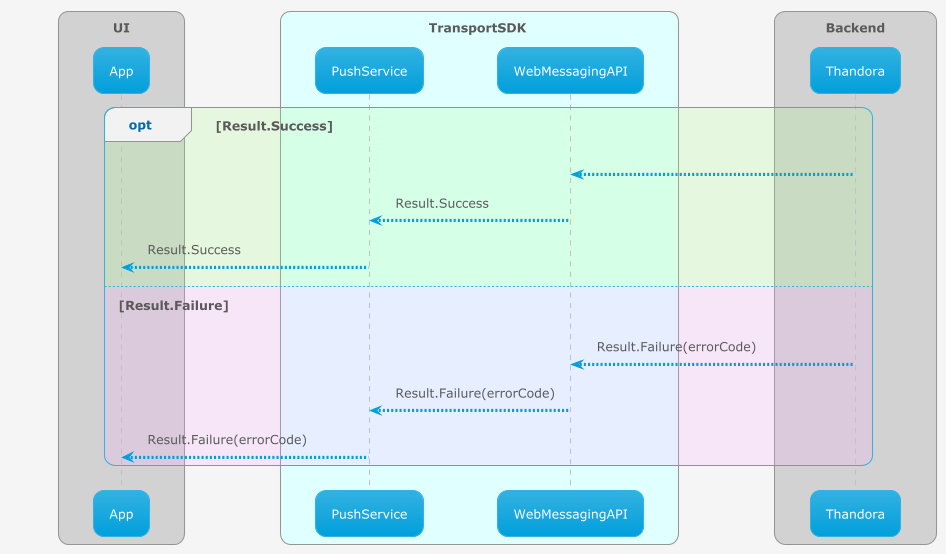
Earlier version of the PlantUML export transport/uml/push/thandora_request-response.png (MyPureCloud/genesys-messenger-transport-mobile-sdk). Its diagram source:
```plantuml
@startuml

!theme bluegray
!pragma teoz true

skinparam backgroundColor #whitesmoke

box UI
participant App
end box
box TransportSDK #lightcyan
participant PushService
participant WebMessagingAPI
end box
box Backend
participant Thandora
end box
	    opt #aaff8833 Result.Success
	    Thandora --> WebMessagingAPI
	    WebMessagingAPI --> PushService: Result.Success
	    PushService --> App : Result.Success
	    else #ffaaff33 Result.Failure
	    Thandora --> WebMessagingAPI: Result.Failure(errorCode)
	    WebMessagingAPI --> PushService: Result.Failure(errorCode)
	    PushService --> App: Result.Failure(errorCode)
	    end
@enduml
```
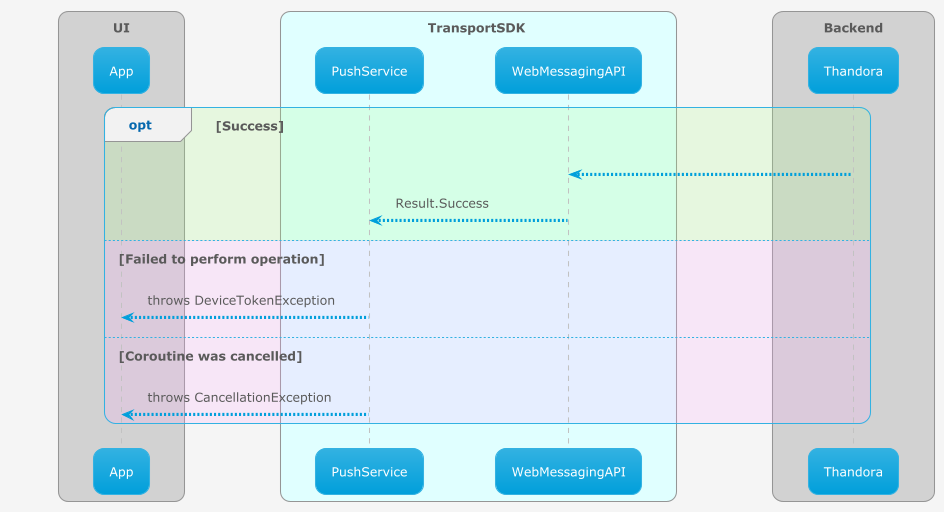
The same diagram one commit later.

Change to the diagram source:
```diff
@@ -15,13 +15,12 @@
 box Backend
 participant Thandora
 end box
-	    opt #aaff8833 Result.Success
+	    opt #aaff8833 Success
 	    Thandora --> WebMessagingAPI
 	    WebMessagingAPI --> PushService: Result.Success
-	    PushService --> App : Result.Success
-	    else #ffaaff33 Result.Failure
-	    Thandora --> WebMessagingAPI: Result.Failure(errorCode)
-	    WebMessagingAPI --> PushService: Result.Failure(errorCode)
-	    PushService --> App: Result.Failure(errorCode)
+	    else #ffaaff33 Failed to perform operation
+        PushService --> App : throws DeviceTokenException
+        else #ffaaff33 Coroutine was cancelled
+        PushService --> App : throws CancellationException
 	    end
 @enduml
```
